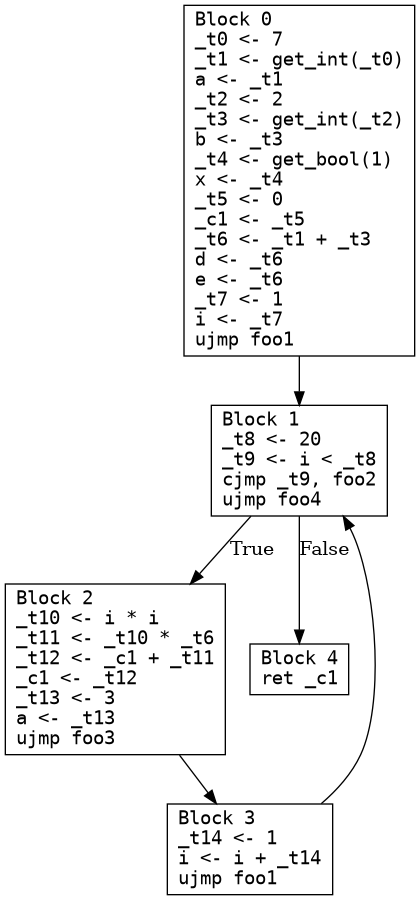
This is foo.png from seanchuck/compiler-s25, a Graphviz export, as it was before one commit. Its source is kept beside it as foo.dot. The source it was exported from:
```dot
digraph CFG {
  node [shape=box fontname="monospace"];
  0 [label="Block 0\l_t0 <- 7\l_t1 <- get_int(_t0)\la <- _t1\l_t2 <- 2\l_t3 <- get_int(_t2)\lb <- _t3\l_t4 <- get_bool(1)\lx <- _t4\l_t5 <- 0\l_c1 <- _t5\l_t6 <- _t1 + _t3\ld <- _t6\le <- _t6\l_t7 <- 1\li <- _t7\lujmp foo1\l"];
  1 [label="Block 1\l_t8 <- 20\l_t9 <- i < _t8\lcjmp _t9, foo2\lujmp foo4\l"];
  2 [label="Block 2\l_t10 <- i * i\l_t11 <- _t10 * _t6\l_t12 <- _c1 + _t11\l_c1 <- _t12\l_t13 <- 3\la <- _t13\lujmp foo3\l"];
  3 [label="Block 3\l_t14 <- 1\li <- i + _t14\lujmp foo1\l"];
  4 [label="Block 4\lret _c1\l"];
  0 -> 1 [label=""];
  1 -> 4 [label="False"];
  1 -> 2 [label="True"];
  2 -> 3 [label=""];
  3 -> 1 [label=""];
}
```
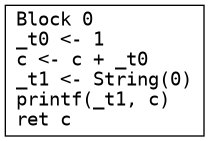
The same diagram one commit later.

Change to the diagram source:
```diff
@@ -1,13 +1,4 @@
 digraph CFG {
   node [shape=box fontname="monospace"];
-  0 [label="Block 0\l_t0 <- 7\l_t1 <- get_int(_t0)\la <- _t1\l_t2 <- 2\l_t3 <- get_int(_t2)\lb <- _t3\l_t4 <- get_bool(1)\lx <- _t4\l_t5 <- 0\l_c1 <- _t5\l_t6 <- _t1 + _t3\ld <- _t6\le <- _t6\l_t7 <- 1\li <- _t7\lujmp foo1\l"];
-  1 [label="Block 1\l_t8 <- 20\l_t9 <- i < _t8\lcjmp _t9, foo2\lujmp foo4\l"];
-  2 [label="Block 2\l_t10 <- i * i\l_t11 <- _t10 * _t6\l_t12 <- _c1 + _t11\l_c1 <- _t12\l_t13 <- 3\la <- _t13\lujmp foo3\l"];
-  3 [label="Block 3\l_t14 <- 1\li <- i + _t14\lujmp foo1\l"];
-  4 [label="Block 4\lret _c1\l"];
-  0 -> 1 [label=""];
-  1 -> 4 [label="False"];
-  1 -> 2 [label="True"];
-  2 -> 3 [label=""];
-  3 -> 1 [label=""];
+  0 [label="Block 0\l_t0 <- 1\lc <- c + _t0\l_t1 <- String(0)\lprintf(_t1, c)\lret c\l"];
 }
```
